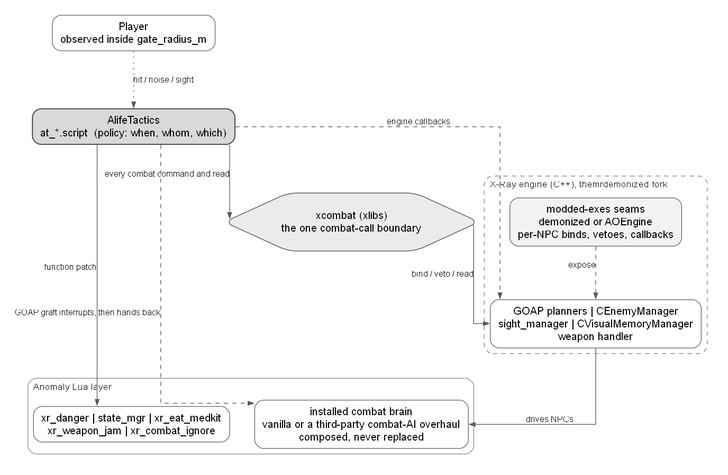
Before: doc/img/context.png, a diagram exported from Graphviz (damiansirbu-stalker/AlifeTactics). Its source is kept beside it as doc/img/context.dot.
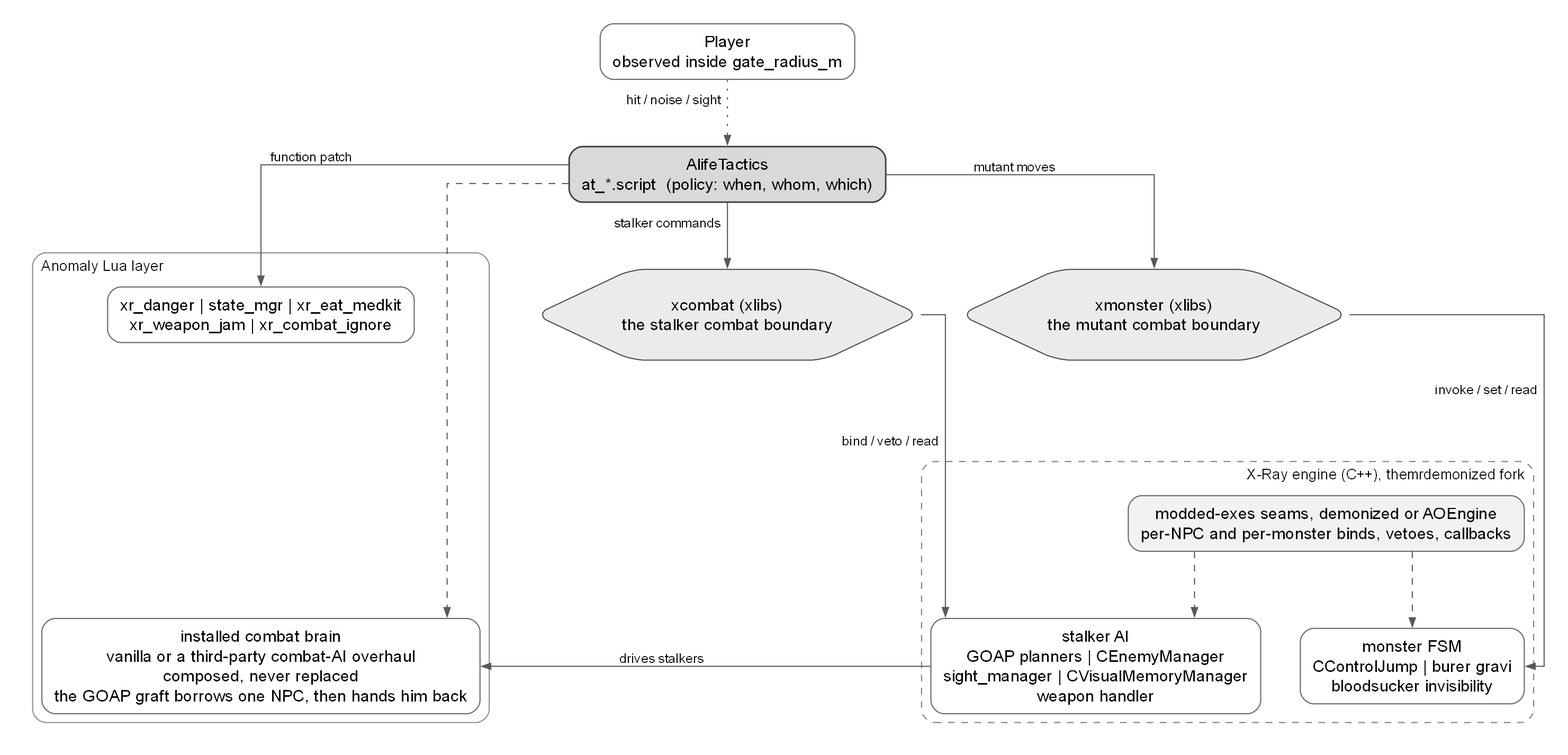
Above is the later version.

What changed in the source:
```diff
@@ -4,15 +4,14 @@
     pad=0.3
     compound=true
     nodesep=0.5
-    ranksep=0.95
+    ranksep=0.85
     graph [fontname="Arial", fontsize=16]
     node  [shape=box, style="rounded,filled", fillcolor=white,
            color=gray40, fontname="Arial", fontsize=15, margin="0.16,0.1"]
     edge  [fontname="Arial", fontsize=12, color=gray35, arrowsize=0.8]
 
-    player  [label="Player\nobserved inside gate_radius_m"]
-    at      [label="AlifeTactics\nat_*.script  (policy: when, whom, which)", fillcolor=gray85, color=gray25, penwidth=1.4]
-    xcombat [label="xcombat (xlibs)\nthe one combat-call boundary", shape=hexagon, fillcolor=gray92, color=gray30]
+    player   [label="Player\nobserved inside gate_radius_m"]
+    at       [label="AlifeTactics\nat_*.script  (policy: when, whom, which)", fillcolor=gray85, color=gray25, penwidth=1.4]
 
     subgraph cluster_anomaly {
         label="Anomaly Lua layer"
@@ -22,26 +21,34 @@
         style=rounded
         color=gray55
         anomaly [label="xr_danger | state_mgr | xr_eat_medkit\nxr_weapon_jam | xr_combat_ignore"]
-        brain   [label="installed combat brain\nvanilla or a third-party combat-AI overhaul\ncomposed, never replaced"]
+        brain   [label="installed combat brain\nvanilla or a third-party combat-AI overhaul\ncomposed, never replaced\nthe GOAP graft borrows one NPC, then hands him back"]
     }
+
+    xcombat  [label="xcombat (xlibs)\nthe stalker combat boundary", shape=hexagon, fillcolor=gray92, color=gray30]
+    xmonster [label="xmonster (xlibs)\nthe mutant combat boundary", shape=hexagon, fillcolor=gray92, color=gray30]
 
     subgraph cluster_engine {
         label="X-Ray engine (C++), themrdemonized fork"
-        labeljust=l
         fontname="Arial"
         fontsize=13
         style="rounded,dashed"
         color=gray50
-        engine [label="GOAP planners | CEnemyManager\nsight_manager | CVisualMemoryManager\nweapon handler"]
-        exes   [label="modded-exes seams\ndemonized or AOEngine\nper-NPC binds, vetoes, callbacks", fillcolor=gray95]
+        labeljust=r
+        exes    [label="modded-exes seams, demonized or AOEngine\nper-NPC and per-monster binds, vetoes, callbacks", fillcolor=gray95]
+        engine  [label="stalker AI\nGOAP planners | CEnemyManager\nsight_manager | CVisualMemoryManager\nweapon handler"]
+        monster [label="monster FSM\nCControlJump | burer gravi\nbloodsucker invisibility"]
+        {rank=same; engine; monster}
     }
 
-    at -> xcombat     [xlabel="every combat command and read"]
-    xcombat -> engine [xlabel="bind / veto / read"]
-    at -> anomaly     [xlabel="function patch"]
-    at -> engine      [xlabel="engine callbacks", style=dashed]
-    exes -> engine    [xlabel="expose", style=dashed]
-    engine -> brain   [xlabel="drives NPCs"]
-    at -> brain       [xlabel="GOAP graft interrupts, then hands back", constraint=false, style=dashed]
-    player -> at      [label="hit / noise / sight", style=dotted]
+    player -> at        [xlabel="  hit / noise / sight  ", style=dotted]
+    at -> anomaly       [xlabel="  function patch  "]
+    at -> xcombat       [xlabel="  stalker commands  "]
+    at -> xmonster      [xlabel="  mutant moves  "]
+    xcombat -> engine   [xlabel="  bind / veto / read  ", minlen=3]
+    xmonster -> monster [xlabel="  invoke / set / read  ", minlen=3]
+    exes -> engine      [style=dashed]
+    exes -> monster     [style=dashed]
+    anomaly -> brain    [style=invis, minlen=3]
+    engine -> brain     [xlabel="  drives stalkers  ", constraint=false]
+    at -> brain         [constraint=false, style=dashed]
 }
```
